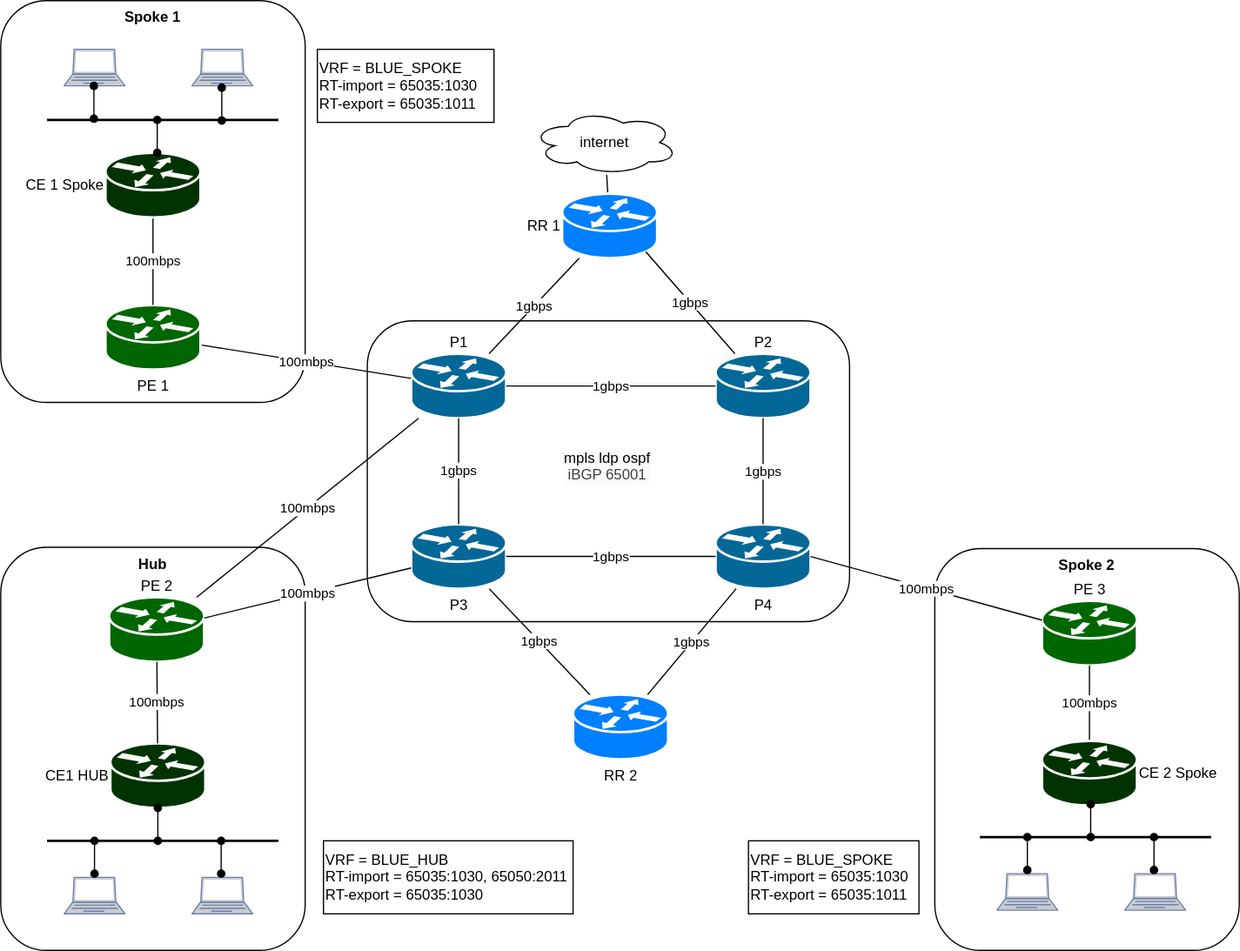
Before: docs/drawings/transport/l3vpn-example.drawio.svg, a diagram exported from draw.io (matteote/gnnsandbox-twindq-bench). Source tidied: cells renumbered, new cells last; positions are measured from the earlier drawing's top-left corner, leaving out a move shared by most shapes.
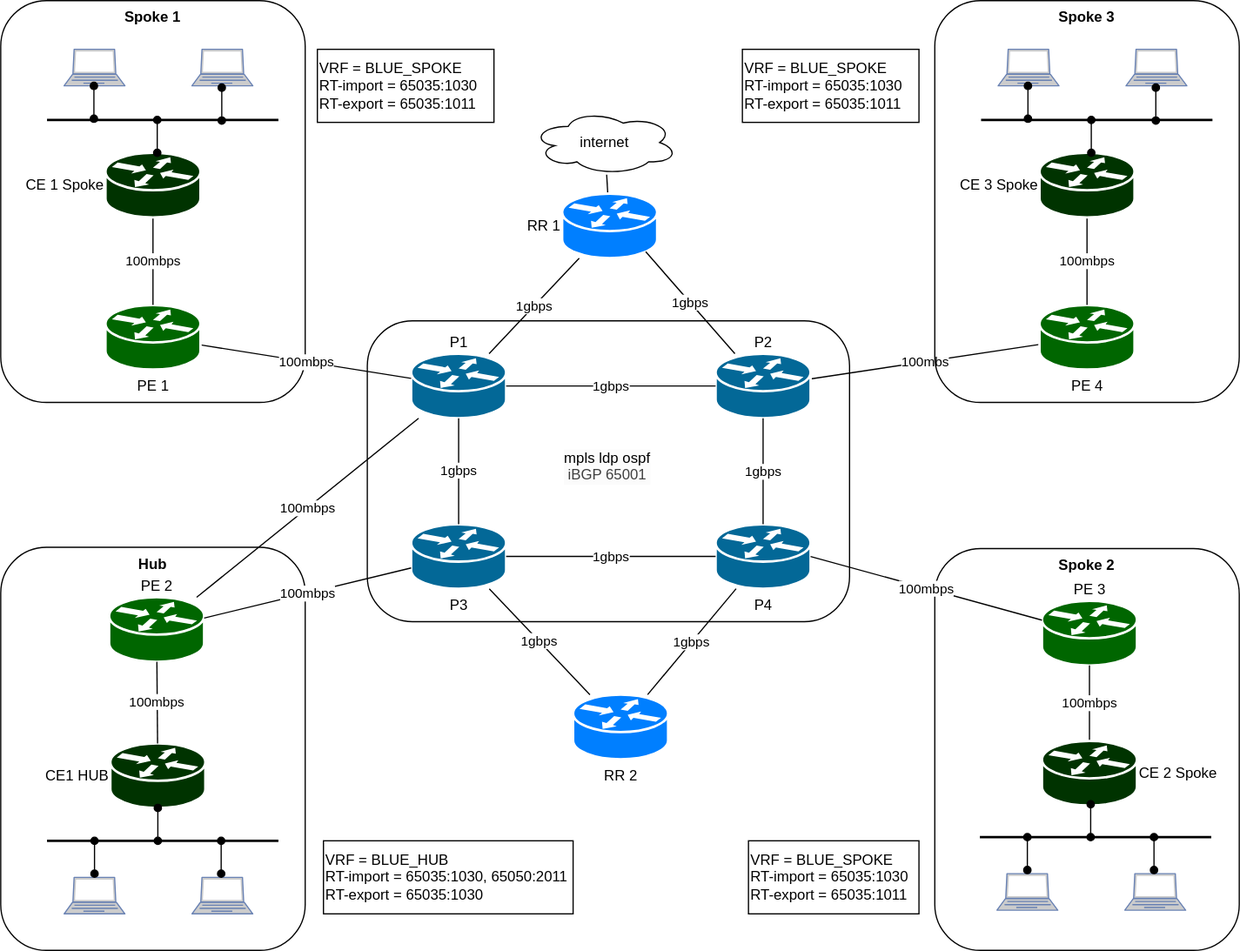
Later version of the same file.

Commit message:
added another spoke

Diff of the diagram source:
```diff
@@ -20,6 +20,9 @@
     <mxCell id="7" value="P1" style="shape=mxgraph.cisco.routers.router;sketch=0;html=1;dashed=0;fillColor=#036897;strokeColor=#ffffff;strokeWidth=2;verticalLabelPosition=top;verticalAlign=bottom;align=center;outlineConnect=0;labelPosition=center;" parent="1" vertex="1">
       <mxGeometry x="337" y="290" width="78" height="53" as="geometry" />
     </mxCell>
+    <mxCell id="57" value="100mbs" style="edgeStyle=none;html=1;endArrow=none;endFill=0;" parent="1" edge="1" source="8" target="59">
+      <mxGeometry relative="1" as="geometry" />
+    </mxCell>
     <mxCell id="8" value="P2" style="shape=mxgraph.cisco.routers.router;sketch=0;html=1;dashed=0;fillColor=#036897;strokeColor=#ffffff;strokeWidth=2;verticalLabelPosition=top;verticalAlign=bottom;align=center;outlineConnect=0;labelPosition=center;" parent="1" vertex="1">
       <mxGeometry x="587" y="290" width="78" height="53" as="geometry" />
     </mxCell>
@@ -202,5 +205,50 @@
         <mxPoint x="181.5" y="71.5" as="targetPoint" />
       </mxGeometry>
     </mxCell>
+    <mxCell id="58" value="Spoke 3" style="rounded=1;whiteSpace=wrap;html=1;verticalAlign=top;fontStyle=1;fillColor=none;" parent="1" vertex="1">
+      <mxGeometry x="767" width="250" height="330" as="geometry" />
+    </mxCell>
+    <mxCell id="59" value="PE 4" style="shape=mxgraph.cisco.routers.router;sketch=0;html=1;dashed=0;fillColor=#006600;strokeColor=#ffffff;strokeWidth=2;verticalLabelPosition=bottom;verticalAlign=top;align=center;outlineConnect=0;" parent="1" vertex="1">
+      <mxGeometry x="853" y="250" width="78" height="53" as="geometry" />
+    </mxCell>
+    <mxCell id="60" value="100mbps" style="edgeStyle=none;html=1;endArrow=none;endFill=0;" parent="1" edge="1" source="61" target="59">
+      <mxGeometry relative="1" as="geometry" />
+    </mxCell>
+    <mxCell id="61" value="CE 3 Spoke" style="shape=mxgraph.cisco.routers.router;sketch=0;html=1;dashed=0;fillColor=#003300;strokeColor=#ffffff;strokeWidth=2;verticalLabelPosition=middle;verticalAlign=middle;align=right;outlineConnect=0;labelPosition=left;" parent="1" vertex="1">
+      <mxGeometry x="853" y="125" width="78" height="53" as="geometry" />
+    </mxCell>
+    <mxCell id="62" style="fontColor=#0066CC;verticalAlign=top;verticalLabelPosition=bottom;labelPosition=center;align=center;html=1;fillColor=#CCCCCC;strokeColor=#6881B3;gradientColor=none;gradientDirection=north;strokeWidth=2;shape=mxgraph.networks.laptop;" parent="1" vertex="1">
+      <mxGeometry x="819" y="40" width="50" height="30" as="geometry" />
+    </mxCell>
+    <mxCell id="63" style="fontColor=#0066CC;verticalAlign=top;verticalLabelPosition=bottom;labelPosition=center;align=center;html=1;fillColor=#CCCCCC;strokeColor=#6881B3;gradientColor=none;gradientDirection=north;strokeWidth=2;shape=mxgraph.networks.laptop;" parent="1" vertex="1">
+      <mxGeometry x="924" y="40" width="50" height="30" as="geometry" />
+    </mxCell>
+    <mxCell id="64" style="endArrow=none;html=1;exitX=0.64;exitY=0.736;exitDx=0;exitDy=0;exitPerimeter=0;strokeWidth=2;" parent="1" edge="1">
+      <mxGeometry relative="1" as="geometry">
+        <mxPoint x="805" y="98" as="sourcePoint" />
+        <mxPoint x="995" y="98" as="targetPoint" />
+      </mxGeometry>
+    </mxCell>
+    <mxCell id="65" style="endArrow=oval;html=1;entryX=0.5;entryY=1;entryDx=0;entryDy=0;entryPerimeter=0;endFill=1;startArrow=oval;startFill=1;" parent="1" edge="1">
+      <mxGeometry relative="1" as="geometry">
+        <mxPoint x="895.5" y="125" as="sourcePoint" />
+        <mxPoint x="895.5" y="98" as="targetPoint" />
+      </mxGeometry>
+    </mxCell>
+    <mxCell id="66" style="endArrow=oval;html=1;entryX=0.5;entryY=1;entryDx=0;entryDy=0;entryPerimeter=0;endFill=1;startArrow=oval;startFill=1;" parent="1" edge="1">
+      <mxGeometry relative="1" as="geometry">
+        <mxPoint x="843.5" y="97" as="sourcePoint" />
+        <mxPoint x="843.5" y="70" as="targetPoint" />
+      </mxGeometry>
+    </mxCell>
+    <mxCell id="67" style="endArrow=oval;html=1;entryX=0.5;entryY=1;entryDx=0;entryDy=0;entryPerimeter=0;endFill=1;startArrow=oval;startFill=1;" parent="1" edge="1">
+      <mxGeometry relative="1" as="geometry">
+        <mxPoint x="948.5" y="98.5" as="sourcePoint" />
+        <mxPoint x="948.5" y="71.5" as="targetPoint" />
+      </mxGeometry>
+    </mxCell>
+    <mxCell id="68" value="VRF = BLUE_SPOKE&lt;div&gt;RT-import = 65035:1030&lt;/div&gt;&lt;div&gt;RT-export = 65035:1011&lt;/div&gt;" style="text;html=1;align=left;verticalAlign=middle;whiteSpace=wrap;rounded=0;fillColor=none;strokeColor=default;" parent="1" vertex="1">
+      <mxGeometry x="609" y="40" width="145" height="60" as="geometry" />
+    </mxCell>
   </root>
 </mxGraphModel>
```
